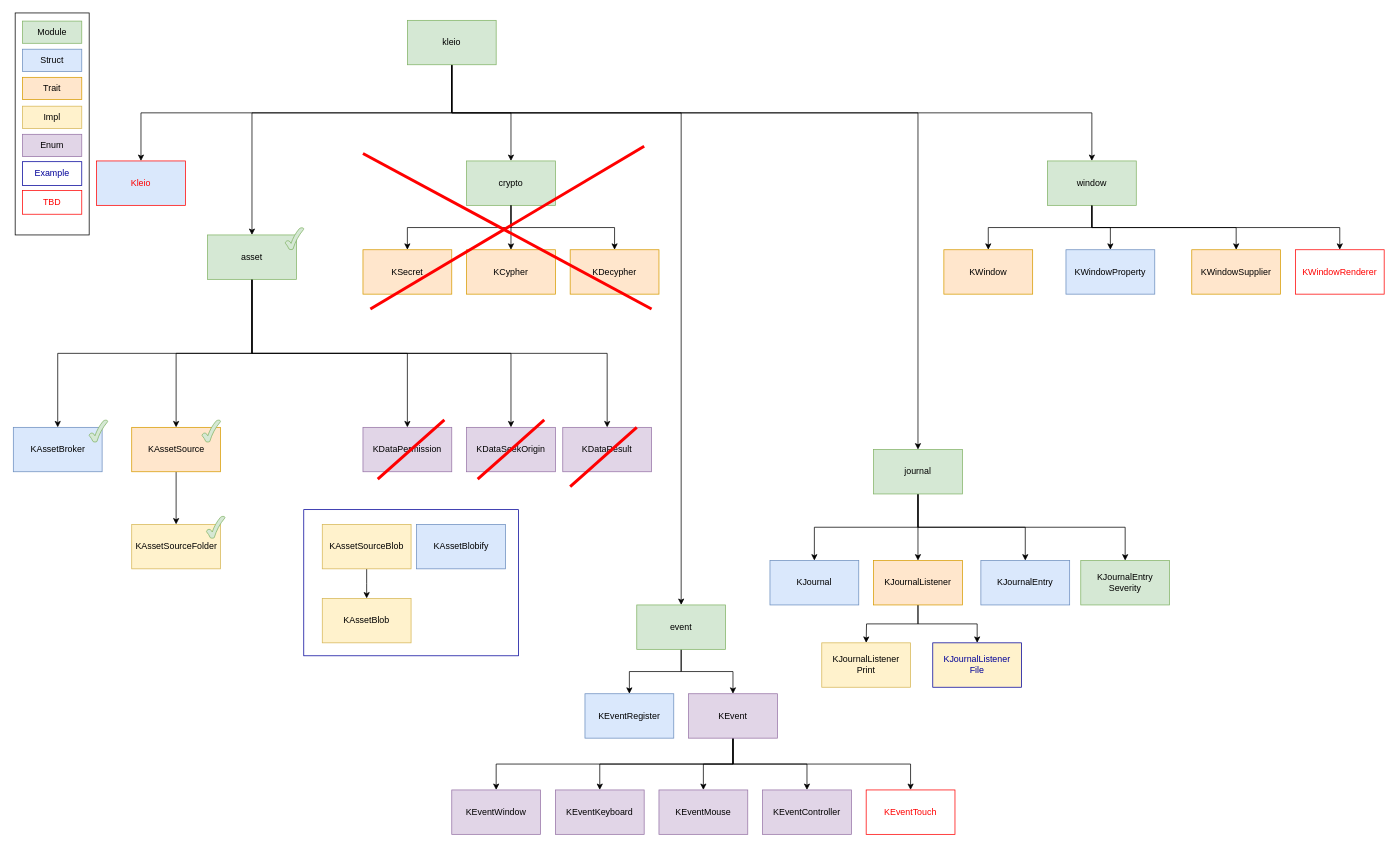
Before: diagram/kleio.drawio in NickelAngeStudio/kleio, a draw.io diagram. Source tidied: cells renumbered, new cells numbered last; positions are measured from the earlier drawing's top-left corner, leaving out a move shared by most shapes. Both pictures are drawn from the tidied source at 74%, with x=0, y=0 at pixel (13, 13).
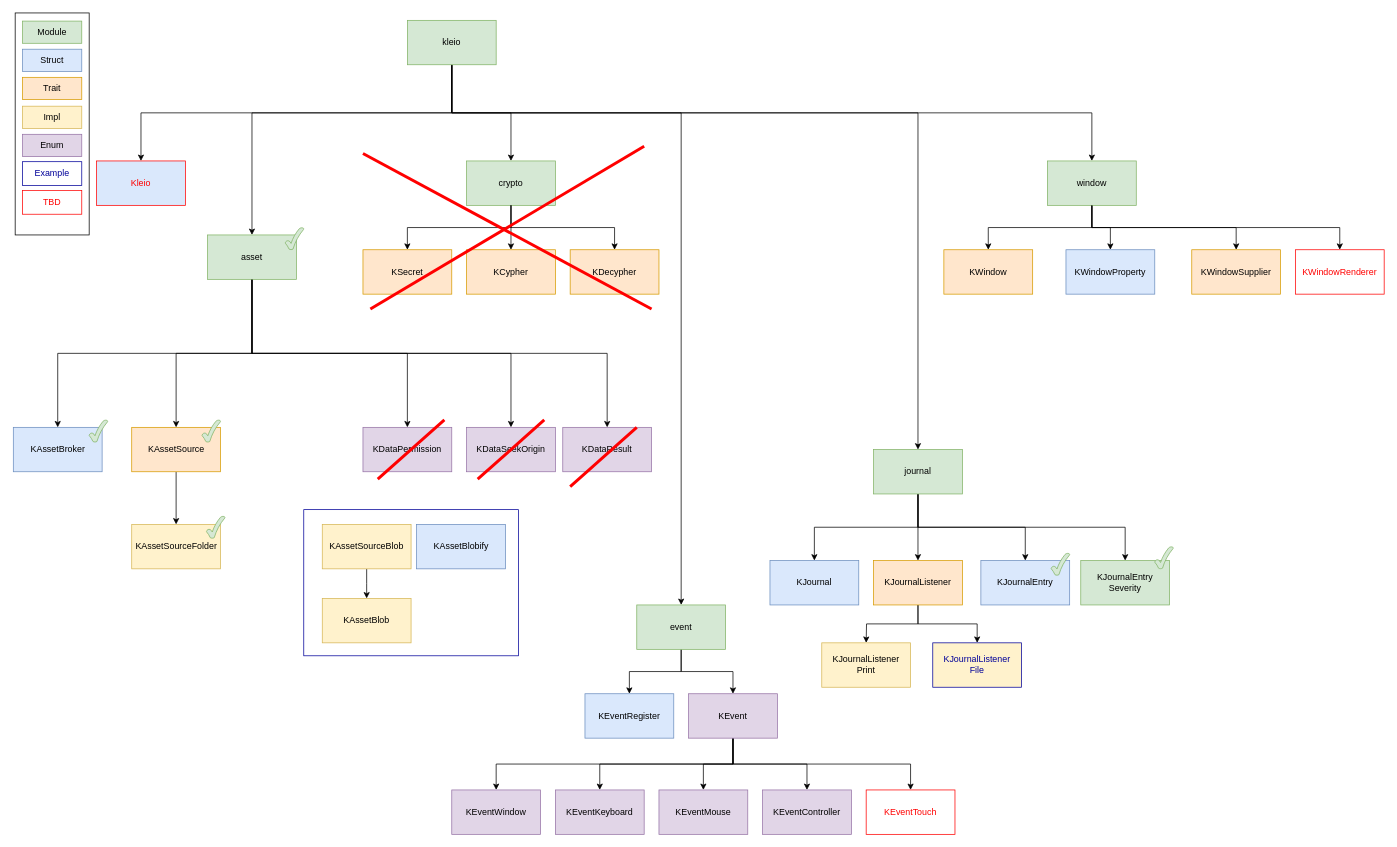
After the change.

Change to the diagram source:
```diff
@@
+    <mxCell id="91" style="verticalLabelPosition=bottom;verticalAlign=top;html=1;shape=mxgraph.basic.tick;fillColor=#d5e8d4;strokeColor=#82b366;" parent="1" vertex="1">
+      <mxGeometry x="1542" y="721.2" width="25" height="30" as="geometry" />
+    </mxCell>
+    <mxCell id="92" style="verticalLabelPosition=bottom;verticalAlign=top;html=1;shape=mxgraph.basic.tick;fillColor=#d5e8d4;strokeColor=#82b366;" parent="1" vertex="1">
+      <mxGeometry x="1402" y="730" width="25" height="30" as="geometry" />
+    </mxCell>
```
